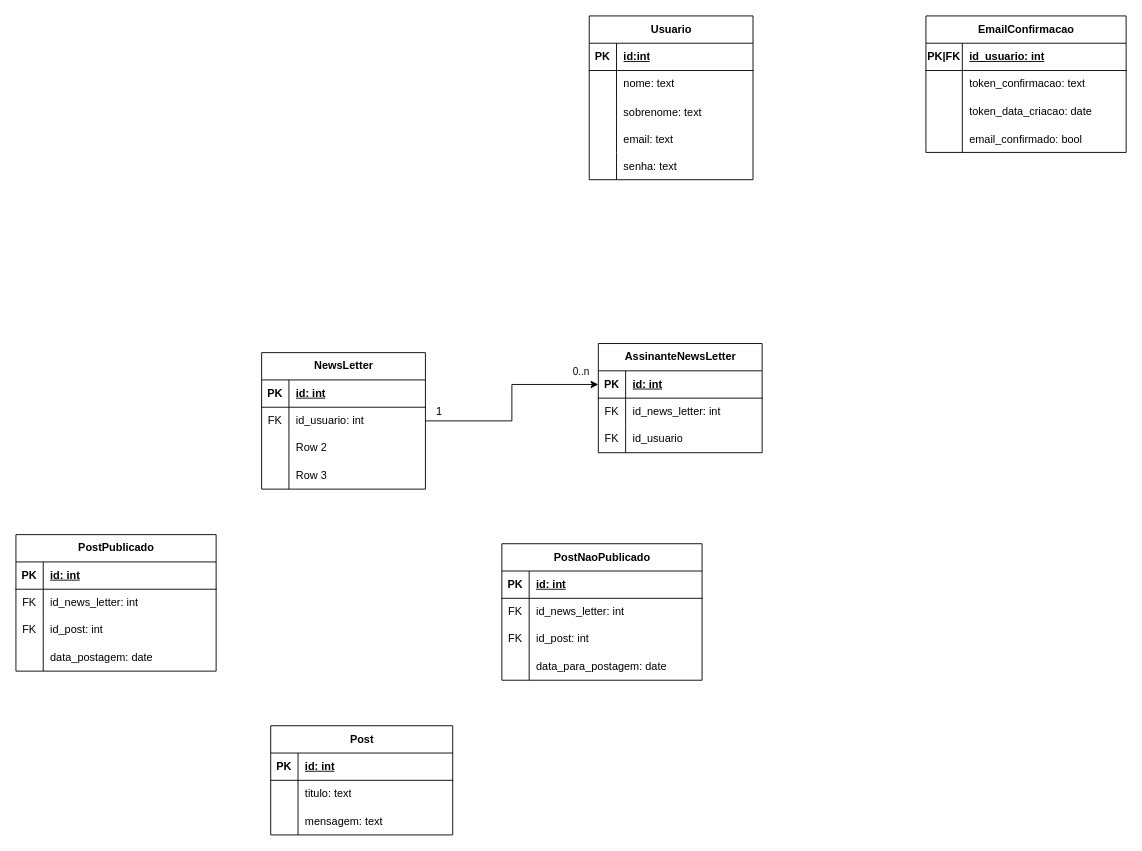
Earlier version of the draw.io diagram Backend/docs/modelo relacional/modelo_relacional.drawio (miqueiassggarcia/YourNewsletter). Source tidied: cells renumbered, new cells numbered last; positions are measured from the earlier drawing's top-left corner, leaving out a move shared by most shapes. Both pictures are drawn from the tidied source at 91%, with x=0, y=0 at pixel (15, 15).
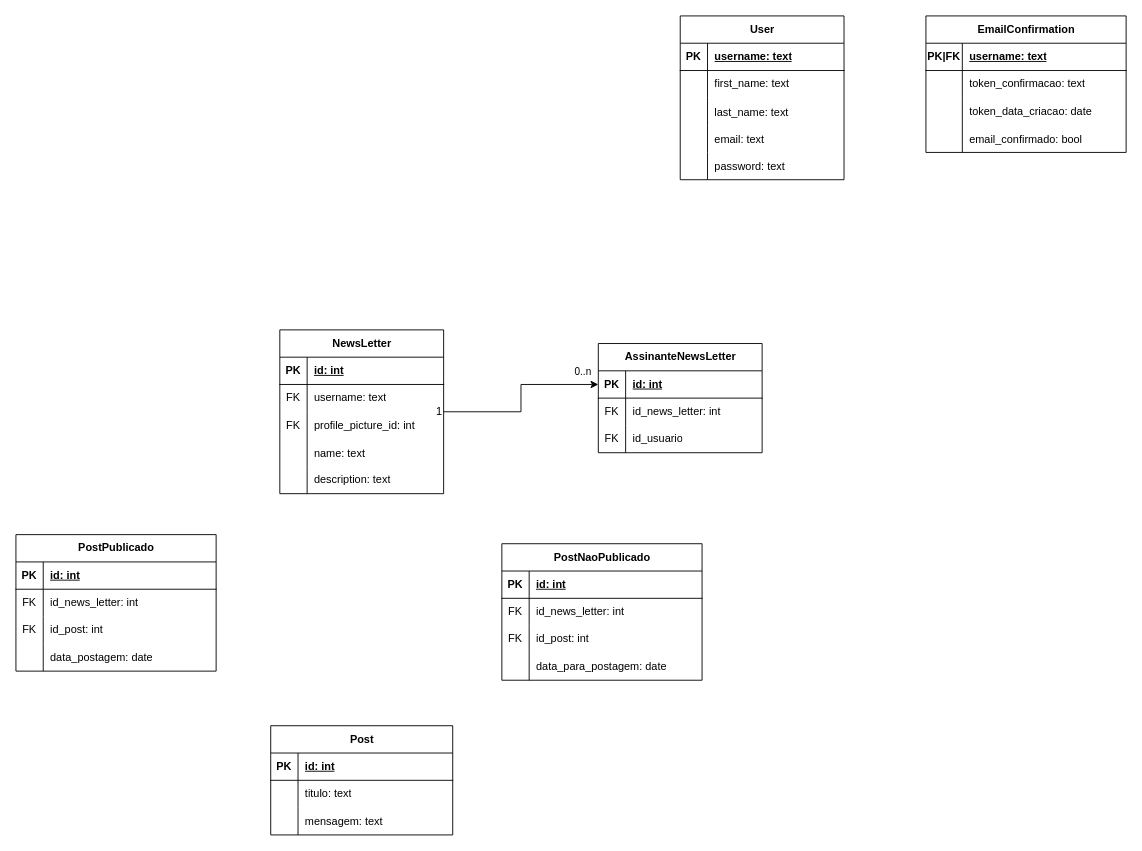
After the change.

The change refers to these unchanged cells:
```xml
<mxCell id="19" style="shape=tableRow;horizontal=0;startSize=0;swimlaneHead=0;swimlaneBody=0;fillColor=none;top=0;left=0;right=0;bottom=1;" parent="18" vertex="1">
  <mxGeometry y="30" width="220" height="30" as="geometry" />
</mxCell>
<mxCell id="37" style="shape=tableRow;horizontal=0;startSize=0;swimlaneHead=0;swimlaneBody=0;fillColor=none;top=0;left=0;right=0;bottom=0;" parent="33" vertex="1">
  <mxGeometry y="60" width="180" height="30" as="geometry" />
</mxCell>
<mxCell id="40" style="shape=tableRow;horizontal=0;startSize=0;swimlaneHead=0;swimlaneBody=0;fillColor=none;top=0;left=0;right=0;bottom=0;" parent="33" vertex="1">
  <mxGeometry y="90" width="180" height="30" as="geometry" />
</mxCell>
```

The edit, as a diff of the source:
```diff
@@
-    <mxCell id="2" value="Usuario" style="shape=table;startSize=30;childLayout=tableLayout;rowLines=0;fontStyle=1;align=center;html=1;" parent="1" vertex="1">
-      <mxGeometry x="630" width="180" height="180" as="geometry" />
-    </mxCell>
-    <mxCell id="3" style="shape=tableRow;horizontal=0;startSize=0;swimlaneHead=0;swimlaneBody=0;fillColor=none;top=0;left=0;right=0;bottom=1;" parent="2" vertex="1">
-      <mxGeometry y="30" width="180" height="30" as="geometry" />
-    </mxCell>
-    <mxCell id="4" value="PK" style="shape=partialRectangle;fillColor=none;top=0;left=0;bottom=0;right=0;fontStyle=1;overflow=hidden;whiteSpace=wrap;html=1;" parent="3" vertex="1">
-      <mxGeometry width="30" height="30" as="geometry" />
-    </mxCell>
-    <mxCell id="5" value="id:int" style="shape=partialRectangle;fillColor=none;top=0;left=0;bottom=0;right=0;align=left;spacingLeft=6;fontStyle=5;overflow=hidden;whiteSpace=wrap;html=1;" parent="3" vertex="1">
-      <mxGeometry x="30" width="150" height="30" as="geometry" />
-    </mxCell>
-    <mxCell id="6" style="shape=tableRow;horizontal=0;startSize=0;swimlaneHead=0;swimlaneBody=0;fillColor=none;top=0;left=0;right=0;bottom=0;" parent="2" vertex="1">
-      <mxGeometry y="60" width="180" height="30" as="geometry" />
-    </mxCell>
-    <mxCell id="7" style="shape=partialRectangle;fillColor=none;top=0;left=0;bottom=0;right=0;overflow=hidden;whiteSpace=wrap;html=1;" parent="6" vertex="1">
-      <mxGeometry width="30" height="30" as="geometry" />
-    </mxCell>
-    <mxCell id="8" value="nome: text" style="shape=partialRectangle;fillColor=none;top=0;left=0;bottom=0;right=0;align=left;spacingLeft=6;overflow=hidden;whiteSpace=wrap;html=1;" parent="6" vertex="1">
-      <mxGeometry x="30" width="150" height="30" as="geometry" />
-    </mxCell>
-    <mxCell id="9" style="shape=tableRow;horizontal=0;startSize=0;swimlaneHead=0;swimlaneBody=0;fillColor=none;top=0;left=0;right=0;bottom=0;" parent="2" vertex="1">
-      <mxGeometry y="90" width="180" height="30" as="geometry" />
-    </mxCell>
-    <mxCell id="10" style="shape=partialRectangle;fillColor=none;top=0;left=0;bottom=0;right=0;overflow=hidden;" parent="9" vertex="1">
-      <mxGeometry width="30" height="30" as="geometry" />
-    </mxCell>
-    <mxCell id="11" value="sobrenome: text" style="shape=partialRectangle;fillColor=none;top=0;left=0;bottom=0;right=0;align=left;spacingLeft=6;overflow=hidden;" parent="9" vertex="1">
-      <mxGeometry x="30" width="150" height="30" as="geometry" />
-    </mxCell>
-    <mxCell id="12" style="shape=tableRow;horizontal=0;startSize=0;swimlaneHead=0;swimlaneBody=0;fillColor=none;top=0;left=0;right=0;bottom=0;" parent="2" vertex="1">
-      <mxGeometry y="120" width="180" height="30" as="geometry" />
-    </mxCell>
-    <mxCell id="13" style="shape=partialRectangle;fillColor=none;top=0;left=0;bottom=0;right=0;overflow=hidden;" parent="12" vertex="1">
-      <mxGeometry width="30" height="30" as="geometry" />
-    </mxCell>
-    <mxCell id="14" value="email: text" style="shape=partialRectangle;fillColor=none;top=0;left=0;bottom=0;right=0;align=left;spacingLeft=6;overflow=hidden;" parent="12" vertex="1">
-      <mxGeometry x="30" width="150" height="30" as="geometry" />
-    </mxCell>
-    <mxCell id="15" style="shape=tableRow;horizontal=0;startSize=0;swimlaneHead=0;swimlaneBody=0;fillColor=none;top=0;left=0;right=0;bottom=0;" parent="2" vertex="1">
-      <mxGeometry y="150" width="180" height="30" as="geometry" />
-    </mxCell>
-    <mxCell id="16" style="shape=partialRectangle;fillColor=none;top=0;left=0;bottom=0;right=0;overflow=hidden;" parent="15" vertex="1">
-      <mxGeometry width="30" height="30" as="geometry" />
-    </mxCell>
-    <mxCell id="17" value="senha: text" style="shape=partialRectangle;fillColor=none;top=0;left=0;bottom=0;right=0;align=left;spacingLeft=6;overflow=hidden;" parent="15" vertex="1">
-      <mxGeometry x="30" width="150" height="30" as="geometry" />
-    </mxCell>
-    <mxCell id="18" value="EmailConfirmacao" style="shape=table;startSize=30;childLayout=tableLayout;rowLines=0;fontStyle=1;align=center;html=1;" parent="1" vertex="1">
+    <mxCell id="18" value="EmailConfirmation" style="shape=table;startSize=30;childLayout=tableLayout;rowLines=0;fontStyle=1;align=center;html=1;" parent="1" vertex="1">
       <mxGeometry x="1000" width="220" height="150" as="geometry" />
     </mxCell>
@@
-    <mxCell id="21" value="id_usuario: int" style="shape=partialRectangle;fillColor=none;top=0;left=0;bottom=0;right=0;align=left;spacingLeft=6;fontStyle=5;overflow=hidden;whiteSpace=wrap;html=1;" parent="19" vertex="1">
+    <mxCell id="21" value="username: text" style="shape=partialRectangle;fillColor=none;top=0;left=0;bottom=0;right=0;align=left;spacingLeft=6;fontStyle=5;overflow=hidden;whiteSpace=wrap;html=1;" parent="19" vertex="1">
       <mxGeometry x="40" width="180" height="30" as="geometry" />
     </mxCell>
@@
     <mxCell id="33" value="NewsLetter" style="shape=table;startSize=30;childLayout=tableLayout;rowLines=0;fontStyle=1;align=center;html=1;" parent="1" vertex="1">
-      <mxGeometry x="270" y="370" width="180" height="150" as="geometry" />
+      <mxGeometry x="290" y="345" width="180" height="180" as="geometry" />
     </mxCell>
@@
-    <mxCell id="39" value="id_usuario: int" style="shape=partialRectangle;fillColor=none;top=0;left=0;bottom=0;right=0;align=left;spacingLeft=6;overflow=hidden;whiteSpace=wrap;html=1;" parent="37" vertex="1">
+    <mxCell id="39" value="username: text" style="shape=partialRectangle;fillColor=none;top=0;left=0;bottom=0;right=0;align=left;spacingLeft=6;overflow=hidden;whiteSpace=wrap;html=1;" parent="37" vertex="1">
       <mxGeometry x="30" width="150" height="30" as="geometry" />
     </mxCell>
@@
-    <mxCell id="41" style="shape=partialRectangle;fillColor=none;top=0;left=0;bottom=0;right=0;overflow=hidden;whiteSpace=wrap;html=1;" parent="40" vertex="1">
+    <mxCell id="41" value="FK" style="shape=partialRectangle;fillColor=none;top=0;left=0;bottom=0;right=0;overflow=hidden;whiteSpace=wrap;html=1;" parent="40" vertex="1">
       <mxGeometry width="30" height="30" as="geometry" />
     </mxCell>
-    <mxCell id="42" value="Row 2" style="shape=partialRectangle;fillColor=none;top=0;left=0;bottom=0;right=0;align=left;spacingLeft=6;overflow=hidden;whiteSpace=wrap;html=1;" parent="40" vertex="1">
+    <mxCell id="42" value="profile_picture_id: int" style="shape=partialRectangle;fillColor=none;top=0;left=0;bottom=0;right=0;align=left;spacingLeft=6;overflow=hidden;whiteSpace=wrap;html=1;" parent="40" vertex="1">
       <mxGeometry x="30" width="150" height="30" as="geometry" />
     </mxCell>
+    <mxCell id="93" style="shape=tableRow;horizontal=0;startSize=0;swimlaneHead=0;swimlaneBody=0;fillColor=none;top=0;left=0;right=0;bottom=0;" parent="33" vertex="1">
+      <mxGeometry y="120" width="180" height="30" as="geometry" />
+    </mxCell>
+    <mxCell id="94" style="shape=partialRectangle;fillColor=none;top=0;left=0;bottom=0;right=0;overflow=hidden;" parent="93" vertex="1">
+      <mxGeometry width="30" height="30" as="geometry" />
+    </mxCell>
+    <mxCell id="95" value="name: text" style="shape=partialRectangle;fillColor=none;top=0;left=0;bottom=0;right=0;align=left;spacingLeft=6;overflow=hidden;" parent="93" vertex="1">
+      <mxGeometry x="30" width="150" height="30" as="geometry" />
+    </mxCell>
     <mxCell id="43" style="shape=tableRow;horizontal=0;startSize=0;swimlaneHead=0;swimlaneBody=0;fillColor=none;top=0;left=0;right=0;bottom=0;" parent="33" vertex="1">
-      <mxGeometry y="120" width="180" height="30" as="geometry" />
+      <mxGeometry y="150" width="180" height="30" as="geometry" />
     </mxCell>
@@
-    <mxCell id="45" value="Row 3" style="shape=partialRectangle;fillColor=none;top=0;left=0;bottom=0;right=0;align=left;spacingLeft=6;overflow=hidden;whiteSpace=wrap;html=1;" parent="43" vertex="1">
+    <mxCell id="45" value="description: text" style="shape=partialRectangle;fillColor=none;top=0;left=0;bottom=0;right=0;align=left;spacingLeft=6;overflow=hidden;whiteSpace=wrap;html=1;" parent="43" vertex="1">
       <mxGeometry x="30" width="150" height="30" as="geometry" />
     </mxCell>
@@
+    <mxCell id="96" value="User" style="shape=table;startSize=30;childLayout=tableLayout;rowLines=0;fontStyle=1;align=center;html=1;" parent="1" vertex="1">
+      <mxGeometry x="730" width="180" height="180" as="geometry" />
+    </mxCell>
+    <mxCell id="3" style="shape=tableRow;horizontal=0;startSize=0;swimlaneHead=0;swimlaneBody=0;fillColor=none;top=0;left=0;right=0;bottom=1;" parent="96" vertex="1">
+      <mxGeometry y="30" width="180" height="30" as="geometry" />
+    </mxCell>
+    <mxCell id="4" value="PK" style="shape=partialRectangle;fillColor=none;top=0;left=0;bottom=0;right=0;fontStyle=1;overflow=hidden;whiteSpace=wrap;html=1;" parent="3" vertex="1">
+      <mxGeometry width="30" height="30" as="geometry" />
+    </mxCell>
+    <mxCell id="97" value="username: text" style="shape=partialRectangle;fillColor=none;top=0;left=0;bottom=0;right=0;align=left;spacingLeft=6;fontStyle=5;overflow=hidden;whiteSpace=wrap;html=1;" parent="3" vertex="1">
+      <mxGeometry x="30" width="150" height="30" as="geometry" />
+    </mxCell>
+    <mxCell id="6" style="shape=tableRow;horizontal=0;startSize=0;swimlaneHead=0;swimlaneBody=0;fillColor=none;top=0;left=0;right=0;bottom=0;" parent="96" vertex="1">
+      <mxGeometry y="60" width="180" height="30" as="geometry" />
+    </mxCell>
+    <mxCell id="7" style="shape=partialRectangle;fillColor=none;top=0;left=0;bottom=0;right=0;overflow=hidden;whiteSpace=wrap;html=1;" parent="6" vertex="1">
+      <mxGeometry width="30" height="30" as="geometry" />
+    </mxCell>
+    <mxCell id="98" value="first_name: text" style="shape=partialRectangle;fillColor=none;top=0;left=0;bottom=0;right=0;align=left;spacingLeft=6;overflow=hidden;whiteSpace=wrap;html=1;" parent="6" vertex="1">
+      <mxGeometry x="30" width="150" height="30" as="geometry" />
+    </mxCell>
+    <mxCell id="9" style="shape=tableRow;horizontal=0;startSize=0;swimlaneHead=0;swimlaneBody=0;fillColor=none;top=0;left=0;right=0;bottom=0;" parent="96" vertex="1">
+      <mxGeometry y="90" width="180" height="30" as="geometry" />
+    </mxCell>
+    <mxCell id="99" style="shape=partialRectangle;fillColor=none;top=0;left=0;bottom=0;right=0;overflow=hidden;" parent="9" vertex="1">
+      <mxGeometry width="30" height="30" as="geometry" />
+    </mxCell>
+    <mxCell id="100" value="last_name: text" style="shape=partialRectangle;fillColor=none;top=0;left=0;bottom=0;right=0;align=left;spacingLeft=6;overflow=hidden;" parent="9" vertex="1">
+      <mxGeometry x="30" width="150" height="30" as="geometry" />
+    </mxCell>
+    <mxCell id="101" style="shape=tableRow;horizontal=0;startSize=0;swimlaneHead=0;swimlaneBody=0;fillColor=none;top=0;left=0;right=0;bottom=0;" parent="96" vertex="1">
+      <mxGeometry y="120" width="180" height="30" as="geometry" />
+    </mxCell>
+    <mxCell id="102" style="shape=partialRectangle;fillColor=none;top=0;left=0;bottom=0;right=0;overflow=hidden;" parent="101" vertex="1">
+      <mxGeometry width="30" height="30" as="geometry" />
+    </mxCell>
+    <mxCell id="14" value="email: text" style="shape=partialRectangle;fillColor=none;top=0;left=0;bottom=0;right=0;align=left;spacingLeft=6;overflow=hidden;" parent="101" vertex="1">
+      <mxGeometry x="30" width="150" height="30" as="geometry" />
+    </mxCell>
+    <mxCell id="15" style="shape=tableRow;horizontal=0;startSize=0;swimlaneHead=0;swimlaneBody=0;fillColor=none;top=0;left=0;right=0;bottom=0;" parent="96" vertex="1">
+      <mxGeometry y="150" width="180" height="30" as="geometry" />
+    </mxCell>
+    <mxCell id="103" style="shape=partialRectangle;fillColor=none;top=0;left=0;bottom=0;right=0;overflow=hidden;" parent="15" vertex="1">
+      <mxGeometry width="30" height="30" as="geometry" />
+    </mxCell>
+    <mxCell id="104" value="password: text" style="shape=partialRectangle;fillColor=none;top=0;left=0;bottom=0;right=0;align=left;spacingLeft=6;overflow=hidden;" parent="15" vertex="1">
+      <mxGeometry x="30" width="150" height="30" as="geometry" />
+    </mxCell>
```
